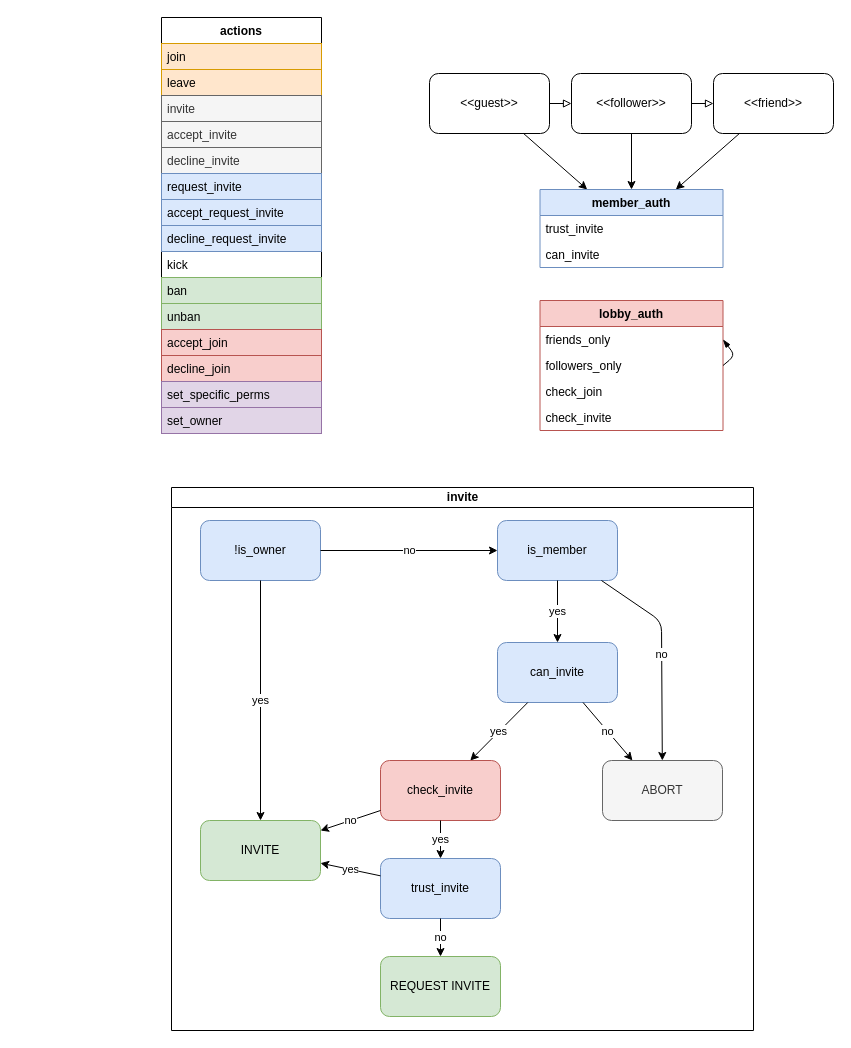
Above: _bin/diagrams/lobby/auth.drawio in papawou/o_7 (draw.io), before the change. Source tidied: cells renumbered, new cells numbered last; positions are measured from the earlier drawing's top-left corner, leaving out a move shared by most shapes. Both pictures are drawn from the tidied source at 100%, with x=0, y=0 at pixel (161, 17).
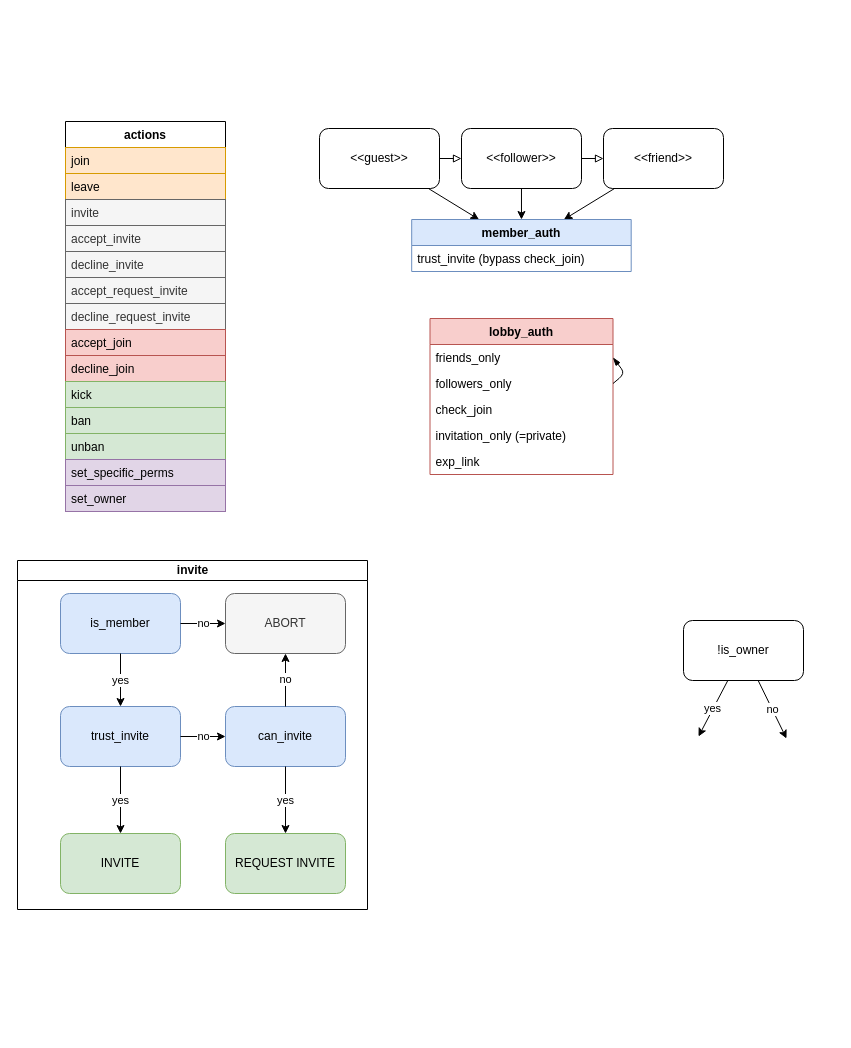
After the change.

Change to the diagram source:
```diff
@@
     <mxCell id="2" value="&amp;lt;&amp;lt;guest&amp;gt;&amp;gt;" style="rounded=1;whiteSpace=wrap;html=1;" parent="1" vertex="1">
-      <mxGeometry x="268" y="56" width="120" height="60" as="geometry" />
+      <mxGeometry x="158" y="111" width="120" height="60" as="geometry" />
     </mxCell>
     <mxCell id="3" value="&amp;lt;&amp;lt;follower&amp;gt;&amp;gt;" style="rounded=1;whiteSpace=wrap;html=1;" parent="1" vertex="1">
-      <mxGeometry x="410" y="56" width="120" height="60" as="geometry" />
+      <mxGeometry x="300" y="111" width="120" height="60" as="geometry" />
     </mxCell>
     <mxCell id="4" value="&amp;lt;&amp;lt;friend&amp;gt;&amp;gt;" style="rounded=1;whiteSpace=wrap;html=1;" parent="1" vertex="1">
-      <mxGeometry x="552" y="56" width="120" height="60" as="geometry" />
+      <mxGeometry x="442" y="111" width="120" height="60" as="geometry" />
     </mxCell>
@@
     <mxCell id="10" value="actions" style="swimlane;fontStyle=1;align=center;verticalAlign=top;horizontal=1;startSize=26;" parent="1" vertex="1">
-      <mxGeometry width="160" height="416" as="geometry" />
+      <mxGeometry x="-96" y="104" width="160" height="390" as="geometry" />
     </mxCell>
@@
-    <mxCell id="16" value="request_invite" style="text;strokeColor=#6c8ebf;fillColor=#dae8fc;align=left;verticalAlign=top;spacingLeft=4;spacingRight=4;overflow=hidden;" parent="10" vertex="1">
-      <mxGeometry y="156" width="160" height="26" as="geometry" />
-    </mxCell>
-    <mxCell id="17" value="accept_request_invite" style="text;strokeColor=#6c8ebf;fillColor=#dae8fc;align=left;verticalAlign=top;spacingLeft=4;spacingRight=4;overflow=hidden;" parent="10" vertex="1">
-      <mxGeometry y="182" width="160" height="26" as="geometry" />
+    <mxCell id="17" value="accept_request_invite" style="text;strokeColor=#666666;fillColor=#f5f5f5;align=left;verticalAlign=top;spacingLeft=4;spacingRight=4;overflow=hidden;fontColor=#333333;" parent="10" vertex="1">
+      <mxGeometry y="156" width="160" height="26" as="geometry" />
     </mxCell>
-    <mxCell id="18" value="decline_request_invite" style="text;strokeColor=#6c8ebf;fillColor=#dae8fc;align=left;verticalAlign=top;spacingLeft=4;spacingRight=4;overflow=hidden;" parent="10" vertex="1">
-      <mxGeometry y="208" width="160" height="26" as="geometry" />
+    <mxCell id="18" value="decline_request_invite" style="text;strokeColor=#666666;fillColor=#f5f5f5;align=left;verticalAlign=top;spacingLeft=4;spacingRight=4;overflow=hidden;fontColor=#333333;" parent="10" vertex="1">
+      <mxGeometry y="182" width="160" height="26" as="geometry" />
     </mxCell>
+    <mxCell id="22" value="accept_join" style="text;strokeColor=#b85450;fillColor=#f8cecc;align=left;verticalAlign=top;spacingLeft=4;spacingRight=4;overflow=hidden;" parent="10" vertex="1">
+      <mxGeometry y="208" width="160" height="26" as="geometry" />
+    </mxCell>
+    <mxCell id="23" value="decline_join" style="text;strokeColor=#b85450;fillColor=#f8cecc;align=left;verticalAlign=top;spacingLeft=4;spacingRight=4;overflow=hidden;" parent="10" vertex="1">
+      <mxGeometry y="234" width="160" height="26" as="geometry" />
+    </mxCell>
-    <mxCell id="19" value="kick" style="text;strokeColor=none;fillColor=none;align=left;verticalAlign=top;spacingLeft=4;spacingRight=4;overflow=hidden;" parent="10" vertex="1">
-      <mxGeometry y="234" width="160" height="26" as="geometry" />
+    <mxCell id="19" value="kick" style="text;strokeColor=#82b366;fillColor=#d5e8d4;align=left;verticalAlign=top;spacingLeft=4;spacingRight=4;overflow=hidden;" parent="10" vertex="1">
+      <mxGeometry y="260" width="160" height="26" as="geometry" />
     </mxCell>
     <mxCell id="20" value="ban" style="text;strokeColor=#82b366;fillColor=#d5e8d4;align=left;verticalAlign=top;spacingLeft=4;spacingRight=4;overflow=hidden;" parent="10" vertex="1">
-      <mxGeometry y="260" width="160" height="26" as="geometry" />
+      <mxGeometry y="286" width="160" height="26" as="geometry" />
     </mxCell>
     <mxCell id="21" value="unban" style="text;strokeColor=#82b366;fillColor=#d5e8d4;align=left;verticalAlign=top;spacingLeft=4;spacingRight=4;overflow=hidden;" parent="10" vertex="1">
-      <mxGeometry y="286" width="160" height="26" as="geometry" />
+      <mxGeometry y="312" width="160" height="26" as="geometry" />
     </mxCell>
-    <mxCell id="22" value="accept_join" style="text;strokeColor=#b85450;fillColor=#f8cecc;align=left;verticalAlign=top;spacingLeft=4;spacingRight=4;overflow=hidden;" parent="10" vertex="1">
-      <mxGeometry y="312" width="160" height="26" as="geometry" />
-    </mxCell>
-    <mxCell id="23" value="decline_join" style="text;strokeColor=#b85450;fillColor=#f8cecc;align=left;verticalAlign=top;spacingLeft=4;spacingRight=4;overflow=hidden;" parent="10" vertex="1">
-      <mxGeometry y="338" width="160" height="26" as="geometry" />
-    </mxCell>
     <mxCell id="24" value="set_specific_perms" style="text;strokeColor=#9673a6;fillColor=#e1d5e7;align=left;verticalAlign=top;spacingLeft=4;spacingRight=4;overflow=hidden;" parent="10" vertex="1">
-      <mxGeometry y="364" width="160" height="26" as="geometry" />
+      <mxGeometry y="338" width="160" height="26" as="geometry" />
     </mxCell>
     <mxCell id="25" value="set_owner" style="text;strokeColor=#9673a6;fillColor=#e1d5e7;align=left;verticalAlign=top;spacingLeft=4;spacingRight=4;overflow=hidden;" parent="10" vertex="1">
-      <mxGeometry y="390" width="160" height="26" as="geometry" />
+      <mxGeometry y="364" width="160" height="26" as="geometry" />
     </mxCell>
     <mxCell id="26" value="member_auth" style="swimlane;fontStyle=1;align=center;verticalAlign=top;horizontal=1;startSize=26;fillColor=#dae8fc;strokeColor=#6c8ebf;" parent="1" vertex="1">
-      <mxGeometry x="378.5" y="172" width="183" height="78" as="geometry" />
+      <mxGeometry x="250.2" y="202" width="219.5" height="52" as="geometry" />
     </mxCell>
@@
-    <mxCell id="28" value="trust_invite" style="text;strokeColor=none;fillColor=none;align=left;verticalAlign=top;spacingLeft=4;spacingRight=4;overflow=hidden;" parent="26" vertex="1">
-      <mxGeometry y="26" width="183" height="26" as="geometry" />
+    <mxCell id="28" value="trust_invite (bypass check_join)" style="text;strokeColor=none;fillColor=none;align=left;verticalAlign=top;spacingLeft=4;spacingRight=4;overflow=hidden;" parent="26" vertex="1">
+      <mxGeometry y="26" width="219.5" height="26" as="geometry" />
     </mxCell>
-    <mxCell id="29" value="can_invite" style="text;strokeColor=none;fillColor=none;align=left;verticalAlign=top;spacingLeft=4;spacingRight=4;overflow=hidden;" parent="26" vertex="1">
-      <mxGeometry y="52" width="183" height="26" as="geometry" />
-    </mxCell>
     <mxCell id="30" value="lobby_auth" style="swimlane;fontStyle=1;align=center;verticalAlign=top;horizontal=1;startSize=26;fillColor=#f8cecc;strokeColor=#b85450;" parent="1" vertex="1">
-      <mxGeometry x="378.5" y="283" width="183" height="130" as="geometry" />
+      <mxGeometry x="268.5" y="301" width="183" height="156" as="geometry" />
     </mxCell>
@@
-    <mxCell id="36" value="check_invite" style="text;strokeColor=none;fillColor=none;align=left;verticalAlign=top;spacingLeft=4;spacingRight=4;overflow=hidden;" parent="30" vertex="1">
-      <mxGeometry y="104" width="183" height="26" as="geometry" />
-    </mxCell>
+    <mxCell id="56" value="invitation_only (=private)" style="text;strokeColor=none;fillColor=none;align=left;verticalAlign=top;spacingLeft=4;spacingRight=4;overflow=hidden;" parent="30" vertex="1">
+      <mxGeometry y="104" width="183" height="26" as="geometry" />
+    </mxCell>
+    <mxCell id="57" value="exp_link" style="text;strokeColor=none;fillColor=none;align=left;verticalAlign=top;spacingLeft=4;spacingRight=4;overflow=hidden;" parent="30" vertex="1">
+      <mxGeometry y="130" width="183" height="26" as="geometry" />
+    </mxCell>
     <mxCell id="37" value="invite" style="swimlane;html=1;startSize=20;horizontal=1;containerType=tree;" parent="1" vertex="1">
-      <mxGeometry x="10" y="470" width="582" height="543" as="geometry" />
+      <mxGeometry x="-144" y="543" width="350" height="349" as="geometry" />
     </mxCell>
-    <mxCell id="38" value="can_invite" style="rounded=1;whiteSpace=wrap;html=1;fillColor=#dae8fc;strokeColor=#6c8ebf;" parent="37" vertex="1">
-      <mxGeometry x="326" y="155" width="120" height="60" as="geometry" />
+    <mxCell id="38" value="trust_invite" style="rounded=1;whiteSpace=wrap;html=1;fillColor=#dae8fc;strokeColor=#6c8ebf;" parent="37" vertex="1">
+      <mxGeometry x="43" y="146" width="120" height="60" as="geometry" />
     </mxCell>
-    <mxCell id="39" value="no" style="endArrow=classic;html=1;entryX=0.25;entryY=0;entryDx=0;entryDy=0;" parent="37" edge="1" source="38" target="41">
+    <mxCell id="39" value="no" style="endArrow=classic;html=1;" parent="37" edge="1" source="38" target="47">
       <mxGeometry relative="1" as="geometry" />
     </mxCell>
-    <mxCell id="40" value="yes" style="endArrow=classic;html=1;" parent="37" edge="1" source="38" target="47">
+    <mxCell id="40" value="yes" style="endArrow=classic;html=1;" parent="37" edge="1" source="38" target="45">
       <mxGeometry relative="1" as="geometry" />
     </mxCell>
     <mxCell id="41" value="ABORT" style="rounded=1;whiteSpace=wrap;html=1;fillColor=#f5f5f5;strokeColor=#666666;fontColor=#333333;" parent="37" vertex="1">
-      <mxGeometry x="431" y="273" width="120" height="60" as="geometry" />
+      <mxGeometry x="208" y="33" width="120" height="60" as="geometry" />
     </mxCell>
-    <mxCell id="42" value="trust_invite" style="rounded=1;whiteSpace=wrap;html=1;fillColor=#dae8fc;strokeColor=#6c8ebf;" parent="37" vertex="1">
-      <mxGeometry x="209" y="371" width="120" height="60" as="geometry" />
-    </mxCell>
-    <mxCell id="43" value="no" style="endArrow=classic;html=1;" parent="37" edge="1" source="42" target="46">
-      <mxGeometry relative="1" as="geometry" />
-    </mxCell>
-    <mxCell id="44" value="yes" style="endArrow=classic;html=1;" parent="37" edge="1" source="42" target="45">
-      <mxGeometry relative="1" as="geometry" />
-    </mxCell>
     <mxCell id="45" value="INVITE" style="rounded=1;whiteSpace=wrap;html=1;fillColor=#d5e8d4;strokeColor=#82b366;" parent="37" vertex="1">
-      <mxGeometry x="29" y="333" width="120" height="60" as="geometry" />
+      <mxGeometry x="43" y="273" width="120" height="60" as="geometry" />
     </mxCell>
     <mxCell id="46" value="REQUEST INVITE" style="rounded=1;whiteSpace=wrap;html=1;fillColor=#d5e8d4;strokeColor=#82b366;" parent="37" vertex="1">
-      <mxGeometry x="209" y="469" width="120" height="60" as="geometry" />
+      <mxGeometry x="208" y="273" width="120" height="60" as="geometry" />
     </mxCell>
-    <mxCell id="47" value="check_invite" style="rounded=1;whiteSpace=wrap;html=1;fillColor=#f8cecc;strokeColor=#b85450;" parent="37" vertex="1">
-      <mxGeometry x="209" y="273" width="120" height="60" as="geometry" />
+    <mxCell id="47" value="can_invite" style="rounded=1;whiteSpace=wrap;html=1;fillColor=#dae8fc;strokeColor=#6c8ebf;" parent="37" vertex="1">
+      <mxGeometry x="208" y="146" width="120" height="60" as="geometry" />
     </mxCell>
-    <mxCell id="48" value="no" style="endArrow=classic;html=1;" parent="37" edge="1" source="47" target="45">
-      <mxGeometry relative="1" as="geometry" />
-    </mxCell>
-    <mxCell id="49" value="yes" style="endArrow=classic;html=1;" parent="37" edge="1" source="47" target="42">
+    <mxCell id="49" value="yes" style="endArrow=classic;html=1;" parent="37" edge="1" source="47" target="46">
       <mxGeometry relative="1" as="geometry" />
     </mxCell>
-    <mxCell id="50" value="!is_owner" style="rounded=1;whiteSpace=wrap;html=1;fillColor=#dae8fc;strokeColor=#6c8ebf;" parent="37" vertex="1">
-      <mxGeometry x="29" y="33" width="120" height="60" as="geometry" />
-    </mxCell>
-    <mxCell id="51" value="yes" style="endArrow=classic;html=1;" parent="37" edge="1" source="50" target="45">
-      <mxGeometry relative="1" as="geometry" />
-    </mxCell>
     <mxCell id="52" value="is_member" style="rounded=1;whiteSpace=wrap;html=1;fillColor=#dae8fc;strokeColor=#6c8ebf;" parent="37" vertex="1">
-      <mxGeometry x="326" y="33" width="120" height="60" as="geometry" />
+      <mxGeometry x="43" y="33" width="120" height="60" as="geometry" />
     </mxCell>
-    <mxCell id="53" value="no" style="endArrow=classic;html=1;" parent="37" edge="1" source="50" target="52">
-      <mxGeometry relative="1" as="geometry" />
-    </mxCell>
@@
     <mxCell id="55" value="no" style="endArrow=classic;html=1;" parent="37" edge="1" source="52" target="41">
-      <mxGeometry relative="1" as="geometry">
-        <Array as="points">
-          <mxPoint x="490" y="134" />
-        </Array>
-      </mxGeometry>
+      <mxGeometry relative="1" as="geometry" />
     </mxCell>
+    <mxCell id="58" value="no" style="endArrow=classic;html=1;" parent="37" edge="1" source="47" target="41">
+      <mxGeometry relative="1" as="geometry" />
+    </mxCell>
+    <mxCell id="50" value="!is_owner" style="rounded=1;whiteSpace=wrap;html=1;" parent="1" vertex="1">
+      <mxGeometry x="522" y="603" width="120" height="60" as="geometry" />
+    </mxCell>
+    <mxCell id="59" value="yes" style="endArrow=classic;html=1;" parent="1" edge="1" source="50">
+      <mxGeometry relative="1" as="geometry">
+        <mxPoint x="537" y="719" as="targetPoint" />
+      </mxGeometry>
+    </mxCell>
+    <mxCell id="60" value="no" style="endArrow=classic;html=1;" parent="1" edge="1" source="50">
+      <mxGeometry relative="1" as="geometry">
+        <mxPoint x="625" y="721" as="targetPoint" />
+      </mxGeometry>
+    </mxCell>
```
